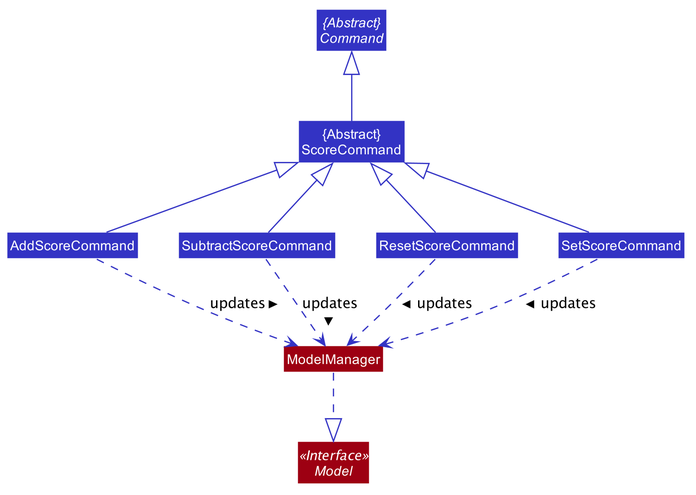
The PlantUML diagram docs/images/ScoringClassDiagram.png in AY1920S1-CS2103T-F11-1/main, before a commit.
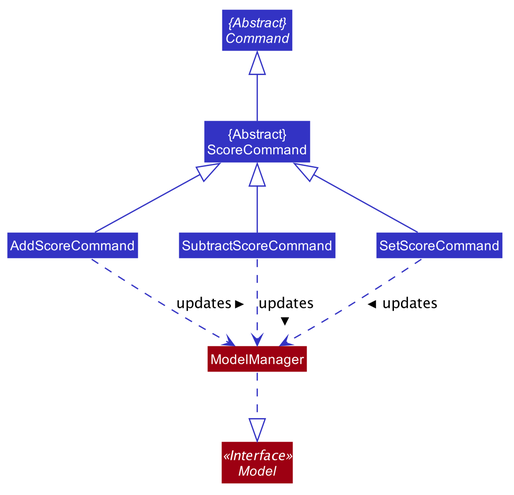
The same file after the commit.

Commit message:
add scoring to devguide

The edit, as a diff of the source:
```diff
@@ -63,7 +63,6 @@
 
 Class AddScoreCommand
 Class SubtractScoreCommand
-Class ResetScoreCommand
 Class SetScoreCommand
 
 Class ModelManager #9D0012
@@ -71,12 +70,10 @@
 ScoreCommand -up-|> Command
 
 AddScoreCommand -up-|> ScoreCommand
-ResetScoreCommand -up-|> ScoreCommand
 SubtractScoreCommand -up-|> ScoreCommand
 SetScoreCommand -up-|> ScoreCommand
 
 AddScoreCommand .-> ModelManager : updates >
-ResetScoreCommand .-> ModelManager : updates >
 SubtractScoreCommand .-> ModelManager : updates >
 SetScoreCommand .-> ModelManager : updates >
 
```
